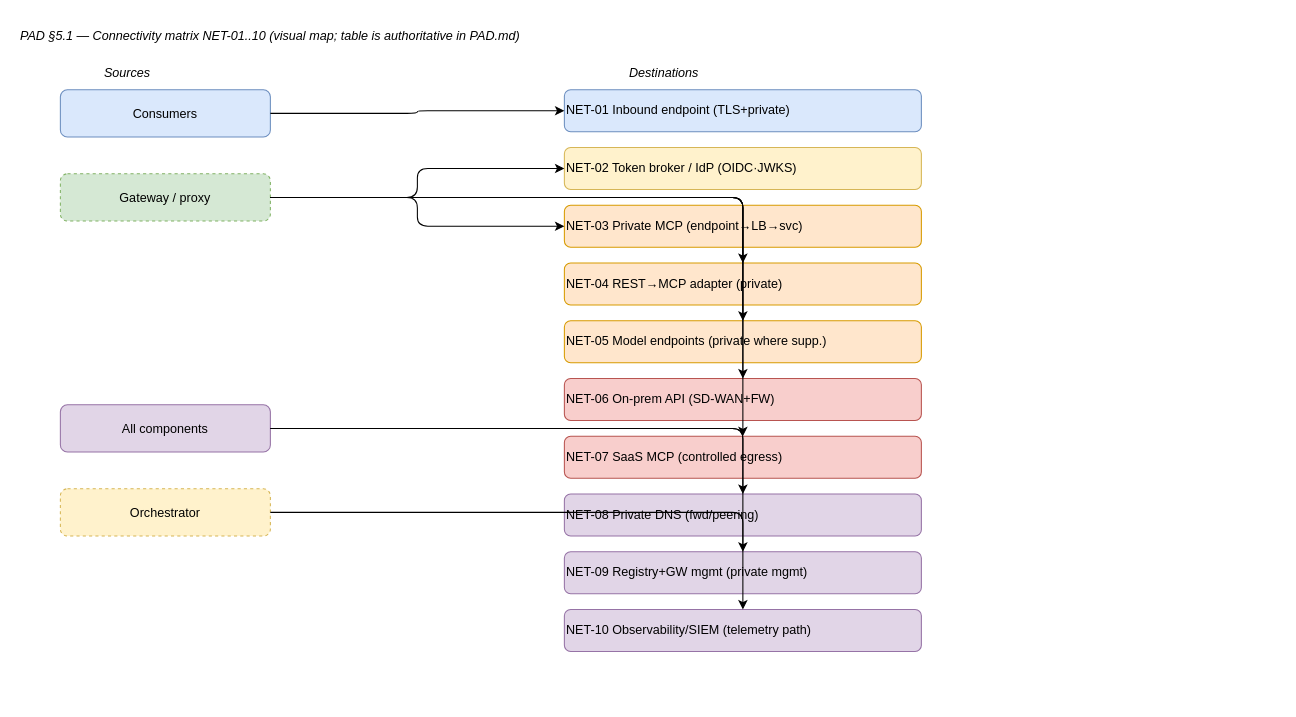
This is page "PAD-04-Connectivity-Map" (4 of 8) of docs/archi/taas-pad.drawio from msellamiTN/taas-provenance-discovery, a draw.io file, before an edit. Source tidied: cells renumbered, new cells numbered last; positions are measured from the earlier drawing's top-left corner, leaving out a move shared by most shapes. Both pictures are drawn from the tidied source at 105%, with x=0, y=0 at pixel (18, 21).
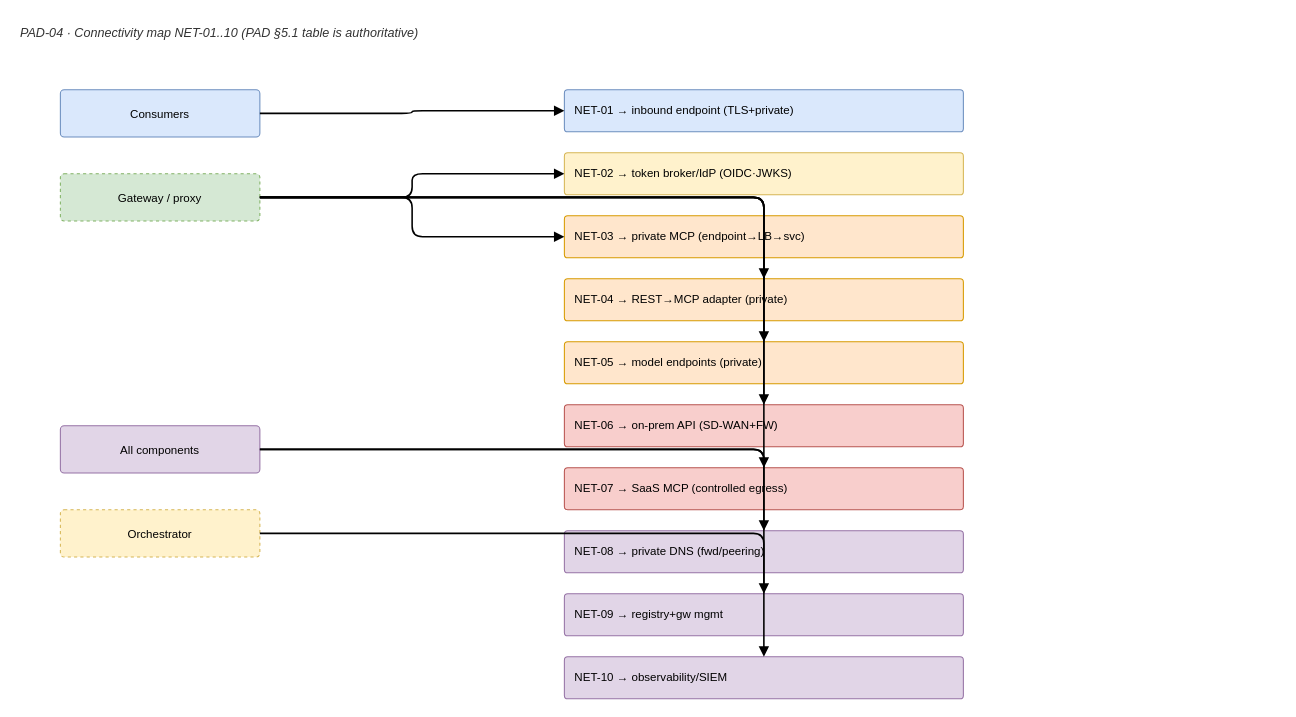
After the change.

The edit, as a diff of the source:
```diff
@@
-    <mxCell id="2" value="PAD §5.1 — Connectivity matrix NET-01..10 (visual map; table is authoritative in PAD.md)" style="text;html=1;fontSize=12;fontStyle=2;" parent="1" vertex="1">
-      <mxGeometry width="900" height="24" as="geometry" />
-    </mxCell>
-    <mxCell id="3" value="Sources" style="text;html=1;fontSize=12;fontStyle=2;" parent="1" vertex="1">
-      <mxGeometry x="80" y="35" width="200" height="24" as="geometry" />
-    </mxCell>
-    <mxCell id="4" value="Destinations" style="text;html=1;fontSize=12;fontStyle=2;" parent="1" vertex="1">
-      <mxGeometry x="580" y="35" width="200" height="24" as="geometry" />
-    </mxCell>
+    <mxCell id="29" value="PAD-04 · Connectivity map NET-01..10 (PAD §5.1 table is authoritative)" style="text;html=1;fontSize=12;fontStyle=2;fontColor=#333333;" parent="1" vertex="1">
+      <mxGeometry y="-3" width="1200" height="26" as="geometry" />
+    </mxCell>
-    <mxCell id="5" value="Consumers" style="rounded=1;whiteSpace=wrap;html=1;fillColor=#dae8fc;strokeColor=#6c8ebf;" parent="1" vertex="1">
-      <mxGeometry x="40" y="65" width="200" height="45" as="geometry" />
+    <mxCell id="5" value="Consumers" style="rounded=1;whiteSpace=wrap;html=1;fontSize=11;arcSize=8;align=center;verticalAlign=middle;fillColor=#dae8fc;strokeColor=#6c8ebf;" parent="1" vertex="1">
+      <mxGeometry x="40" y="65" width="190" height="45" as="geometry" />
     </mxCell>
-    <mxCell id="6" value="Gateway / proxy" style="rounded=1;whiteSpace=wrap;html=1;fillColor=#d5e8d4;strokeColor=#82b366;dashed=1;" parent="1" vertex="1">
-      <mxGeometry x="40" y="145" width="200" height="45" as="geometry" />
+    <mxCell id="6" value="Gateway / proxy" style="rounded=1;whiteSpace=wrap;html=1;fontSize=11;arcSize=8;align=center;verticalAlign=middle;fillColor=#d5e8d4;strokeColor=#82b366;dashed=1;dashPattern=3 3;" parent="1" vertex="1">
+      <mxGeometry x="40" y="145" width="190" height="45" as="geometry" />
     </mxCell>
-    <mxCell id="7" value="All components" style="rounded=1;whiteSpace=wrap;html=1;fillColor=#e1d5e7;strokeColor=#9673a6;" parent="1" vertex="1">
-      <mxGeometry x="40" y="365" width="200" height="45" as="geometry" />
+    <mxCell id="7" value="All components" style="rounded=1;whiteSpace=wrap;html=1;fontSize=11;arcSize=8;align=center;verticalAlign=middle;fillColor=#e1d5e7;strokeColor=#9673a6;" parent="1" vertex="1">
+      <mxGeometry x="40" y="385" width="190" height="45" as="geometry" />
     </mxCell>
-    <mxCell id="8" value="Orchestrator" style="rounded=1;whiteSpace=wrap;html=1;fillColor=#fff2cc;strokeColor=#d6b656;dashed=1;" parent="1" vertex="1">
-      <mxGeometry x="40" y="445" width="200" height="45" as="geometry" />
+    <mxCell id="8" value="Orchestrator" style="rounded=1;whiteSpace=wrap;html=1;fontSize=11;arcSize=8;align=center;verticalAlign=middle;fillColor=#fff2cc;strokeColor=#d6b656;dashed=1;dashPattern=3 3;" parent="1" vertex="1">
+      <mxGeometry x="40" y="465" width="190" height="45" as="geometry" />
     </mxCell>
-    <mxCell id="9" value="NET-01 Inbound endpoint (TLS+private)" style="rounded=1;whiteSpace=wrap;html=1;fillColor=#dae8fc;strokeColor=#6c8ebf;align=left;" parent="1" vertex="1">
-      <mxGeometry x="520" y="65" width="340" height="40" as="geometry" />
-    </mxCell>
-    <mxCell id="10" value="NET-02 Token broker / IdP (OIDC·JWKS)" style="rounded=1;whiteSpace=wrap;html=1;fillColor=#fff2cc;strokeColor=#d6b656;align=left;" parent="1" vertex="1">
-      <mxGeometry x="520" y="120" width="340" height="40" as="geometry" />
-    </mxCell>
-    <mxCell id="11" value="NET-03 Private MCP (endpoint→LB→svc)" style="rounded=1;whiteSpace=wrap;html=1;fillColor=#ffe6cc;strokeColor=#d79b00;align=left;" parent="1" vertex="1">
-      <mxGeometry x="520" y="175" width="340" height="40" as="geometry" />
-    </mxCell>
-    <mxCell id="12" value="NET-04 REST→MCP adapter (private)" style="rounded=1;whiteSpace=wrap;html=1;fillColor=#ffe6cc;strokeColor=#d79b00;align=left;" parent="1" vertex="1">
-      <mxGeometry x="520" y="230" width="340" height="40" as="geometry" />
-    </mxCell>
-    <mxCell id="13" value="NET-05 Model endpoints (private where supp.)" style="rounded=1;whiteSpace=wrap;html=1;fillColor=#ffe6cc;strokeColor=#d79b00;align=left;" parent="1" vertex="1">
-      <mxGeometry x="520" y="285" width="340" height="40" as="geometry" />
-    </mxCell>
-    <mxCell id="14" value="NET-06 On-prem API (SD-WAN+FW)" style="rounded=1;whiteSpace=wrap;html=1;fillColor=#f8cecc;strokeColor=#b85450;align=left;" parent="1" vertex="1">
-      <mxGeometry x="520" y="340" width="340" height="40" as="geometry" />
-    </mxCell>
-    <mxCell id="15" value="NET-07 SaaS MCP (controlled egress)" style="rounded=1;whiteSpace=wrap;html=1;fillColor=#f8cecc;strokeColor=#b85450;align=left;" parent="1" vertex="1">
-      <mxGeometry x="520" y="395" width="340" height="40" as="geometry" />
-    </mxCell>
-    <mxCell id="16" value="NET-08 Private DNS (fwd/peering)" style="rounded=1;whiteSpace=wrap;html=1;fillColor=#e1d5e7;strokeColor=#9673a6;align=left;" parent="1" vertex="1">
-      <mxGeometry x="520" y="450" width="340" height="40" as="geometry" />
-    </mxCell>
-    <mxCell id="17" value="NET-09 Registry+GW mgmt (private mgmt)" style="rounded=1;whiteSpace=wrap;html=1;fillColor=#e1d5e7;strokeColor=#9673a6;align=left;" parent="1" vertex="1">
-      <mxGeometry x="520" y="505" width="340" height="40" as="geometry" />
-    </mxCell>
-    <mxCell id="18" value="NET-10 Observability/SIEM (telemetry path)" style="rounded=1;whiteSpace=wrap;html=1;fillColor=#e1d5e7;strokeColor=#9673a6;align=left;" parent="1" vertex="1">
-      <mxGeometry x="520" y="560" width="340" height="40" as="geometry" />
-    </mxCell>
-    <mxCell id="19" style="edgeStyle=orthogonalEdgeStyle;rounded=1;html=1;" parent="1" edge="1" source="5" target="9">
-      <mxGeometry relative="1" as="geometry" />
-    </mxCell>
-    <mxCell id="20" style="edgeStyle=orthogonalEdgeStyle;rounded=1;html=1;" parent="1" edge="1" source="6" target="10">
-      <mxGeometry relative="1" as="geometry" />
-    </mxCell>
-    <mxCell id="21" style="edgeStyle=orthogonalEdgeStyle;rounded=1;html=1;" parent="1" edge="1" source="6" target="11">
-      <mxGeometry relative="1" as="geometry" />
-    </mxCell>
-    <mxCell id="22" style="edgeStyle=orthogonalEdgeStyle;rounded=1;html=1;" parent="1" edge="1" source="6" target="12">
-      <mxGeometry relative="1" as="geometry" />
-    </mxCell>
-    <mxCell id="23" style="edgeStyle=orthogonalEdgeStyle;rounded=1;html=1;" parent="1" edge="1" source="6" target="13">
-      <mxGeometry relative="1" as="geometry" />
-    </mxCell>
-    <mxCell id="24" style="edgeStyle=orthogonalEdgeStyle;rounded=1;html=1;" parent="1" edge="1" source="6" target="14">
-      <mxGeometry relative="1" as="geometry" />
-    </mxCell>
-    <mxCell id="25" style="edgeStyle=orthogonalEdgeStyle;rounded=1;html=1;" parent="1" edge="1" source="6" target="15">
-      <mxGeometry relative="1" as="geometry" />
-    </mxCell>
-    <mxCell id="26" style="edgeStyle=orthogonalEdgeStyle;rounded=1;html=1;" parent="1" edge="1" source="7" target="16">
-      <mxGeometry relative="1" as="geometry" />
-    </mxCell>
-    <mxCell id="27" style="edgeStyle=orthogonalEdgeStyle;rounded=1;html=1;" parent="1" edge="1" source="8" target="17">
-      <mxGeometry relative="1" as="geometry" />
-    </mxCell>
-    <mxCell id="28" style="edgeStyle=orthogonalEdgeStyle;rounded=1;html=1;" parent="1" edge="1" source="7" target="18">
-      <mxGeometry relative="1" as="geometry" />
-    </mxCell>
+    <mxCell id="30" value="NET-01 → inbound endpoint (TLS+private)" style="rounded=1;whiteSpace=wrap;html=1;fontSize=11;arcSize=8;align=center;verticalAlign=middle;align=left;spacingLeft=8;verticalAlign=middle;fillColor=#dae8fc;strokeColor=#6c8ebf;" parent="1" vertex="1">
+      <mxGeometry x="520" y="65" width="380" height="40" as="geometry" />
+    </mxCell>
+    <mxCell id="31" value="NET-02 → token broker/IdP (OIDC·JWKS)" style="rounded=1;whiteSpace=wrap;html=1;fontSize=11;arcSize=8;align=center;verticalAlign=middle;align=left;spacingLeft=8;verticalAlign=middle;fillColor=#fff2cc;strokeColor=#d6b656;" parent="1" vertex="1">
+      <mxGeometry x="520" y="125" width="380" height="40" as="geometry" />
+    </mxCell>
+    <mxCell id="32" value="NET-03 → private MCP (endpoint→LB→svc)" style="rounded=1;whiteSpace=wrap;html=1;fontSize=11;arcSize=8;align=center;verticalAlign=middle;align=left;spacingLeft=8;verticalAlign=middle;fillColor=#ffe6cc;strokeColor=#d79b00;" parent="1" vertex="1">
+      <mxGeometry x="520" y="185" width="380" height="40" as="geometry" />
+    </mxCell>
+    <mxCell id="33" value="NET-04 → REST→MCP adapter (private)" style="rounded=1;whiteSpace=wrap;html=1;fontSize=11;arcSize=8;align=center;verticalAlign=middle;align=left;spacingLeft=8;verticalAlign=middle;fillColor=#ffe6cc;strokeColor=#d79b00;" parent="1" vertex="1">
+      <mxGeometry x="520" y="245" width="380" height="40" as="geometry" />
+    </mxCell>
+    <mxCell id="34" value="NET-05 → model endpoints (private)" style="rounded=1;whiteSpace=wrap;html=1;fontSize=11;arcSize=8;align=center;verticalAlign=middle;align=left;spacingLeft=8;verticalAlign=middle;fillColor=#ffe6cc;strokeColor=#d79b00;" parent="1" vertex="1">
+      <mxGeometry x="520" y="305" width="380" height="40" as="geometry" />
+    </mxCell>
+    <mxCell id="35" value="NET-06 → on-prem API (SD-WAN+FW)" style="rounded=1;whiteSpace=wrap;html=1;fontSize=11;arcSize=8;align=center;verticalAlign=middle;align=left;spacingLeft=8;verticalAlign=middle;fillColor=#f8cecc;strokeColor=#b85450;" parent="1" vertex="1">
+      <mxGeometry x="520" y="365" width="380" height="40" as="geometry" />
+    </mxCell>
+    <mxCell id="36" value="NET-07 → SaaS MCP (controlled egress)" style="rounded=1;whiteSpace=wrap;html=1;fontSize=11;arcSize=8;align=center;verticalAlign=middle;align=left;spacingLeft=8;verticalAlign=middle;fillColor=#f8cecc;strokeColor=#b85450;" parent="1" vertex="1">
+      <mxGeometry x="520" y="425" width="380" height="40" as="geometry" />
+    </mxCell>
+    <mxCell id="37" value="NET-08 → private DNS (fwd/peering)" style="rounded=1;whiteSpace=wrap;html=1;fontSize=11;arcSize=8;align=center;verticalAlign=middle;align=left;spacingLeft=8;verticalAlign=middle;fillColor=#e1d5e7;strokeColor=#9673a6;" parent="1" vertex="1">
+      <mxGeometry x="520" y="485" width="380" height="40" as="geometry" />
+    </mxCell>
+    <mxCell id="38" value="NET-09 → registry+gw mgmt" style="rounded=1;whiteSpace=wrap;html=1;fontSize=11;arcSize=8;align=center;verticalAlign=middle;align=left;spacingLeft=8;verticalAlign=middle;fillColor=#e1d5e7;strokeColor=#9673a6;" parent="1" vertex="1">
+      <mxGeometry x="520" y="545" width="380" height="40" as="geometry" />
+    </mxCell>
+    <mxCell id="39" value="NET-10 → observability/SIEM" style="rounded=1;whiteSpace=wrap;html=1;fontSize=11;arcSize=8;align=center;verticalAlign=middle;align=left;spacingLeft=8;verticalAlign=middle;fillColor=#e1d5e7;strokeColor=#9673a6;" parent="1" vertex="1">
+      <mxGeometry x="520" y="605" width="380" height="40" as="geometry" />
+    </mxCell>
+    <mxCell id="40" style="edgeStyle=orthogonalEdgeStyle;rounded=1;html=1;fontSize=10;endArrow=block;strokeWidth=1.5;" parent="1" edge="1" source="5" target="30">
+      <mxGeometry relative="1" as="geometry" />
+    </mxCell>
+    <mxCell id="41" style="edgeStyle=orthogonalEdgeStyle;rounded=1;html=1;fontSize=10;endArrow=block;strokeWidth=1.5;" parent="1" edge="1" source="6" target="31">
+      <mxGeometry relative="1" as="geometry" />
+    </mxCell>
+    <mxCell id="42" style="edgeStyle=orthogonalEdgeStyle;rounded=1;html=1;fontSize=10;endArrow=block;strokeWidth=1.5;" parent="1" edge="1" source="6" target="32">
+      <mxGeometry relative="1" as="geometry" />
+    </mxCell>
+    <mxCell id="43" style="edgeStyle=orthogonalEdgeStyle;rounded=1;html=1;fontSize=10;endArrow=block;strokeWidth=1.5;" parent="1" edge="1" source="6" target="33">
+      <mxGeometry relative="1" as="geometry" />
+    </mxCell>
+    <mxCell id="44" style="edgeStyle=orthogonalEdgeStyle;rounded=1;html=1;fontSize=10;endArrow=block;strokeWidth=1.5;" parent="1" edge="1" source="6" target="34">
+      <mxGeometry relative="1" as="geometry" />
+    </mxCell>
+    <mxCell id="45" style="edgeStyle=orthogonalEdgeStyle;rounded=1;html=1;fontSize=10;endArrow=block;strokeWidth=1.5;" parent="1" edge="1" source="6" target="35">
+      <mxGeometry relative="1" as="geometry" />
+    </mxCell>
+    <mxCell id="46" style="edgeStyle=orthogonalEdgeStyle;rounded=1;html=1;fontSize=10;endArrow=block;strokeWidth=1.5;" parent="1" edge="1" source="6" target="36">
+      <mxGeometry relative="1" as="geometry" />
+    </mxCell>
+    <mxCell id="47" style="edgeStyle=orthogonalEdgeStyle;rounded=1;html=1;fontSize=10;endArrow=block;strokeWidth=1.5;" parent="1" edge="1" source="7" target="37">
+      <mxGeometry relative="1" as="geometry" />
+    </mxCell>
+    <mxCell id="48" style="edgeStyle=orthogonalEdgeStyle;rounded=1;html=1;fontSize=10;endArrow=block;strokeWidth=1.5;" parent="1" edge="1" source="8" target="38">
+      <mxGeometry relative="1" as="geometry" />
+    </mxCell>
+    <mxCell id="49" style="edgeStyle=orthogonalEdgeStyle;rounded=1;html=1;fontSize=10;endArrow=block;strokeWidth=1.5;" parent="1" edge="1" source="7" target="39">
+      <mxGeometry relative="1" as="geometry" />
+    </mxCell>
```
